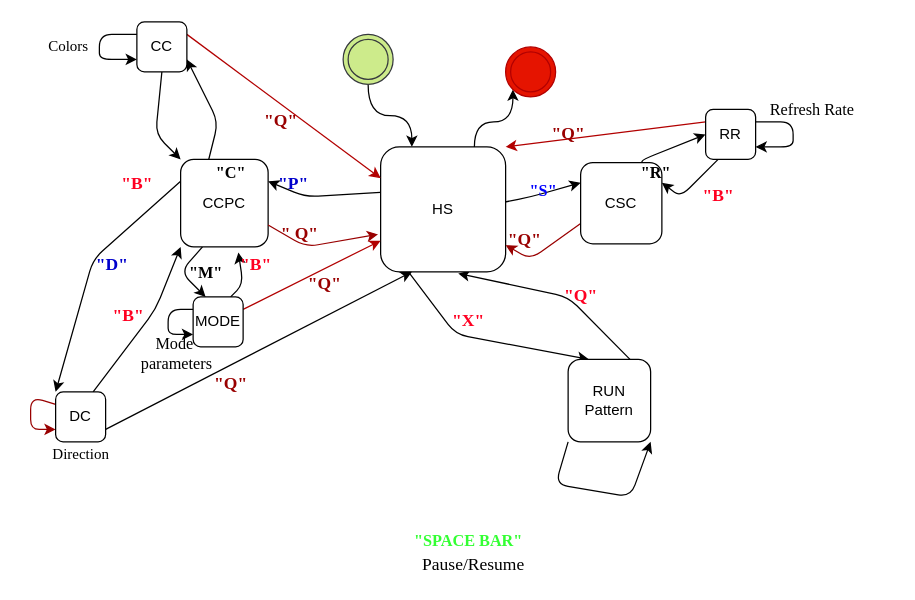
Earlier version of the draw.io diagram page "Page-1" (1 of 4) of LARA_Statediagram.drawio (francis-job/BLOCK_DIAGRAMS). Source tidied: cells renumbered, new cells numbered last; positions are measured from the earlier drawing's top-left corner, leaving out a move shared by most shapes. Both pictures are drawn from the tidied source at 125%, with x=0, y=0 at pixel (30, 21).
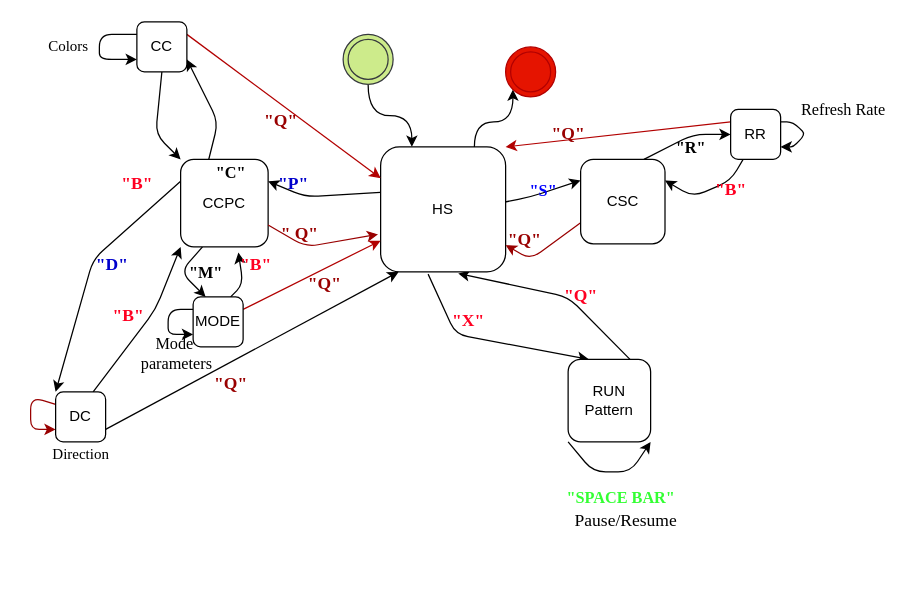
The same diagram, later.

Unchanged cells that the change refers to:
```xml
<mxCell id="6" value="HS" style="whiteSpace=wrap;html=1;rounded=1;" parent="1" vertex="1">
  <mxGeometry x="280" y="100" width="100" height="100" as="geometry" />
</mxCell>
<mxCell id="16" value="RUN&lt;br&gt;Pattern" style="whiteSpace=wrap;html=1;rounded=1;" parent="1" vertex="1">
  <mxGeometry x="430" y="270" width="66" height="66" as="geometry" />
</mxCell>
<mxCell id="57" value="DC" style="whiteSpace=wrap;html=1;rounded=1;" parent="1" vertex="1">
  <mxGeometry x="20" y="296" width="40" height="40" as="geometry" />
</mxCell>
```

What changed in the source:
```diff
@@
-    <mxCell id="4" style="edgeStyle=none;rounded=1;jettySize=auto;html=1;entryX=0.25;entryY=0;entryDx=0;entryDy=0;fillColor=#e51400;" parent="1" edge="1" target="16">
+    <mxCell id="4" style="edgeStyle=none;rounded=1;jettySize=auto;html=1;entryX=0.25;entryY=0;entryDx=0;entryDy=0;fillColor=#e51400;exitX=0.38;exitY=1.018;exitDx=0;exitDy=0;exitPerimeter=0;" parent="1" edge="1" source="6" target="16">
       <mxGeometry relative="1" as="geometry">
-        <mxPoint x="303" y="201" as="sourcePoint" />
         <Array as="points">
           <mxPoint x="340" y="250" />
         </Array>
       </mxGeometry>
     </mxCell>
@@
     <mxCell id="8" style="edgeStyle=none;rounded=1;jettySize=auto;html=1;exitX=0.75;exitY=0;exitDx=0;exitDy=0;entryX=0;entryY=0.5;entryDx=0;entryDy=0;" parent="1" edge="1" source="10" target="25">
       <mxGeometry relative="1" as="geometry">
         <Array as="points">
           <mxPoint x="490" y="110" />
+          <mxPoint x="530" y="90" />
         </Array>
       </mxGeometry>
     </mxCell>
     <mxCell id="9" style="edgeStyle=none;rounded=1;jettySize=auto;html=1;exitX=0.25;exitY=1;exitDx=0;exitDy=0;entryX=1;entryY=0.25;entryDx=0;entryDy=0;" parent="1" edge="1" source="25" target="10">
       <mxGeometry relative="1" as="geometry">
         <Array as="points">
-          <mxPoint x="520" y="140" />
+          <mxPoint x="560" y="127" />
+          <mxPoint x="530" y="140" />
         </Array>
       </mxGeometry>
     </mxCell>
     <mxCell id="10" value="CSC" style="whiteSpace=wrap;html=1;rounded=1;" parent="1" vertex="1">
-      <mxGeometry x="440" y="112.5" width="65" height="65" as="geometry" />
+      <mxGeometry x="440" y="110" width="67.5" height="67.5" as="geometry" />
     </mxCell>
@@
     <mxCell id="15" style="edgeStyle=none;rounded=1;orthogonalLoop=1;jettySize=auto;html=1;exitX=0;exitY=1;exitDx=0;exitDy=0;entryX=1;entryY=1;entryDx=0;entryDy=0;" parent="1" edge="1" source="16" target="16">
       <mxGeometry relative="1" as="geometry">
         <Array as="points">
-          <mxPoint x="420" y="370" />
-          <mxPoint x="480" y="380" />
+          <mxPoint x="450" y="360" />
+          <mxPoint x="480" y="360" />
         </Array>
       </mxGeometry>
     </mxCell>
@@
     <mxCell id="24" style="edgeStyle=none;rounded=1;orthogonalLoop=1;jettySize=auto;html=1;exitX=1;exitY=0.25;exitDx=0;exitDy=0;entryX=1;entryY=0.75;entryDx=0;entryDy=0;" parent="1" edge="1" source="25" target="25">
       <mxGeometry relative="1" as="geometry">
         <Array as="points">
           <mxPoint x="610" y="80" />
+          <mxPoint x="620" y="90" />
           <mxPoint x="610" y="100" />
         </Array>
       </mxGeometry>
     </mxCell>
     <mxCell id="25" value="RR" style="whiteSpace=wrap;html=1;rounded=1;" parent="1" vertex="1">
-      <mxGeometry x="540" y="70" width="40" height="40" as="geometry" />
+      <mxGeometry x="560" y="70" width="40" height="40" as="geometry" />
     </mxCell>
@@
     <mxCell id="31" value="&lt;font face=&quot;Times New Roman&quot; style=&quot;font-size: 13px&quot; color=&quot;#33ff33&quot;&gt;&lt;b&gt;&quot;SPACE BAR&quot;&lt;/b&gt;&lt;/font&gt;" style="text;html=1;align=center;verticalAlign=middle;points=[];" parent="1" vertex="1">
-      <mxGeometry x="300" y="405" width="100" height="20" as="geometry" />
+      <mxGeometry x="421.8" y="370" width="100" height="20" as="geometry" />
     </mxCell>
@@
     <mxCell id="34" value="&lt;font color=&quot;#ff0022&quot; face=&quot;Times New Roman&quot; size=&quot;1&quot;&gt;&lt;b style=&quot;font-size: 14px&quot;&gt;&quot;B&quot;&lt;/b&gt;&lt;/font&gt;" style="text;html=1;align=center;verticalAlign=middle;" parent="1" vertex="1">
-      <mxGeometry x="530" y="130" width="40" height="20" as="geometry" />
+      <mxGeometry x="540" y="125" width="40" height="20" as="geometry" />
     </mxCell>
@@
     <mxCell id="40" value="&lt;font face=&quot;Times New Roman&quot; style=&quot;font-size: 13px&quot;&gt;Refresh Rate&lt;/font&gt;" style="text;html=1;align=center;verticalAlign=middle;" parent="1" vertex="1">
-      <mxGeometry x="585" y="60" width="80" height="20" as="geometry" />
+      <mxGeometry x="610" y="60" width="80" height="20" as="geometry" />
     </mxCell>
@@
     <mxCell id="49" value="&lt;b&gt;&lt;font face=&quot;Times New Roman&quot; style=&quot;font-size: 13px&quot;&gt;&quot;R&quot;&lt;/font&gt;&lt;/b&gt;" style="text;html=1;align=center;verticalAlign=middle;" parent="1" vertex="1">
-      <mxGeometry x="480" y="110" width="40" height="20" as="geometry" />
+      <mxGeometry x="507.5" y="90" width="40" height="20" as="geometry" />
     </mxCell>
@@
     <mxCell id="53" value="&lt;font face=&quot;Times New Roman&quot; style=&quot;font-size: 14px&quot;&gt;Pause/Resume&lt;/font&gt;" style="text;html=1;align=center;verticalAlign=middle;points=[];" parent="1" vertex="1">
-      <mxGeometry x="304" y="425" width="100" height="20" as="geometry" />
+      <mxGeometry x="425.8" y="390" width="100" height="20" as="geometry" />
     </mxCell>
@@
-    <mxCell id="56" style="edgeStyle=none;rounded=1;jettySize=auto;html=1;exitX=1;exitY=0.75;exitDx=0;exitDy=0;entryX=0.25;entryY=1;entryDx=0;entryDy=0;strokeColor=#000000;" parent="1" edge="1" source="57" target="6">
+    <mxCell id="56" style="edgeStyle=none;rounded=1;jettySize=auto;html=1;exitX=1;exitY=0.75;exitDx=0;exitDy=0;entryX=0.144;entryY=1;entryDx=0;entryDy=0;strokeColor=#000000;entryPerimeter=0;" parent="1" edge="1" source="57" target="6">
       <mxGeometry relative="1" as="geometry" />
     </mxCell>
```
